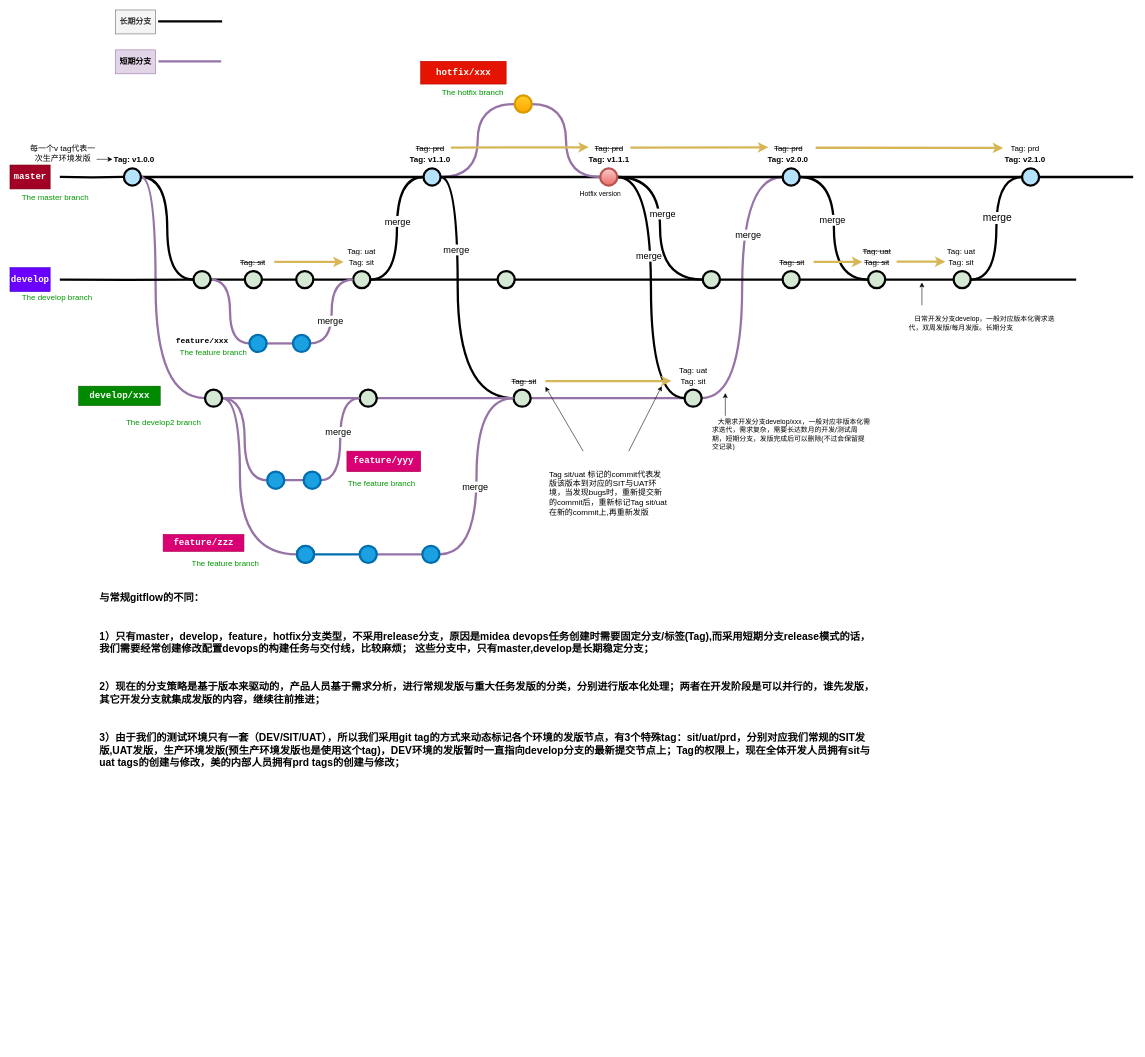
bbcpan/SpringCloud keeps this draw.io diagram as Untitled Diagram.drawio. Above is the earlier version. Source tidied: cells renumbered, new cells numbered last; positions are measured from the earlier drawing's top-left corner, leaving out a move shared by most shapes. Both pictures are drawn from the tidied source at 57%, with x=0, y=0 at pixel (10, 10).
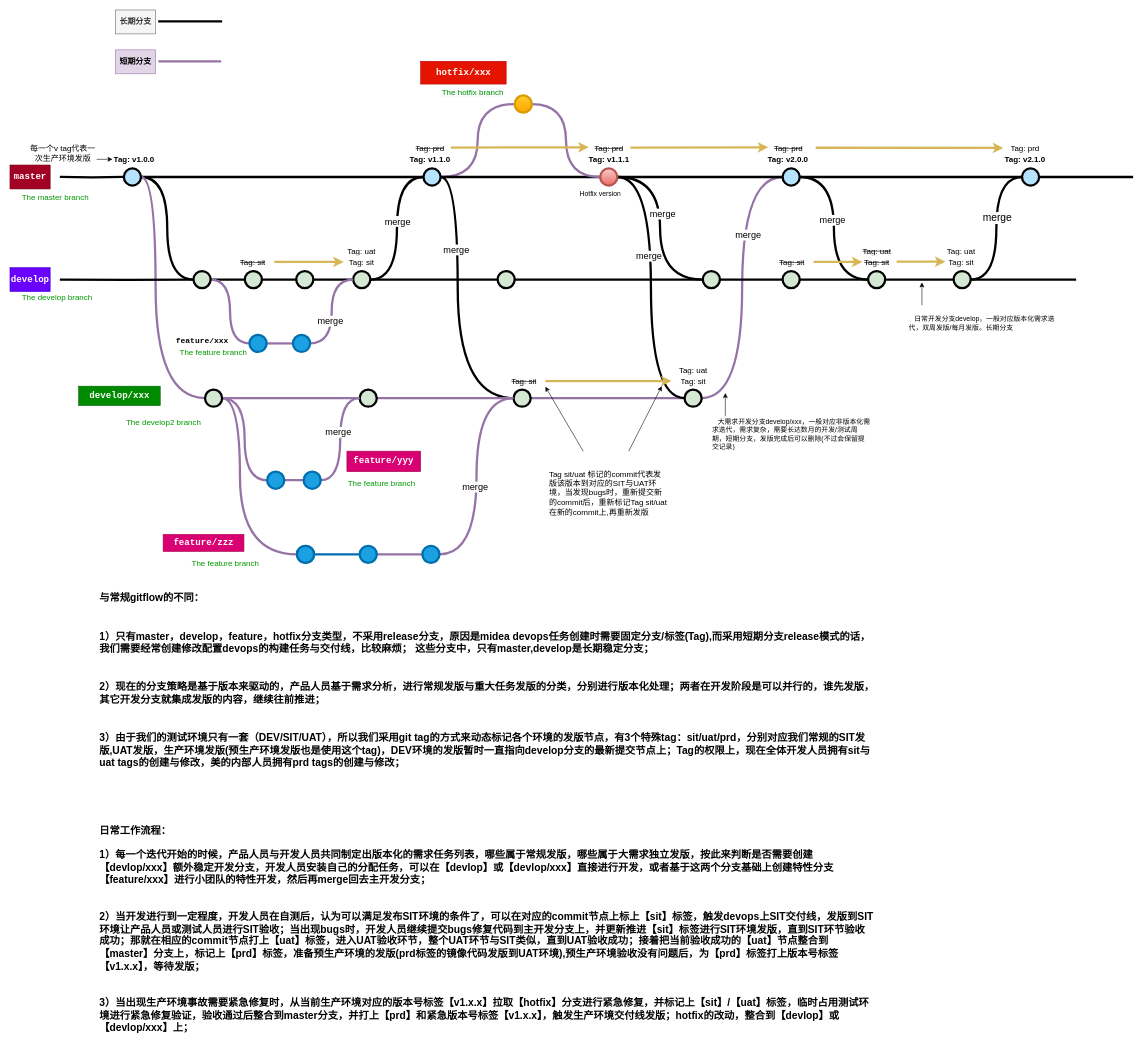
Above is the later version.

Diff of the diagram source:
```diff
@@
+    <mxCell id="135" value="&lt;b style=&quot;font-size: 18px&quot;&gt;日常工作流程：&lt;br&gt;&lt;br&gt;1）每一个迭代开始的时候，产品人员与开发人员共同制定出版本化的需求任务列表，哪些属于常规发版，哪些属于大需求独立发版，按此来判断是否需要创建【devlop/xxx】额外稳定开发分支，开发人员安装自己的分配任务，可以在【devlop】或【devlop/xxx】直接进行开发，或者基于这两个分支基础上创建特性分支【feature/xxx】进行小团队的特性开发，然后再merge回去主开发分支；&lt;br&gt;&lt;br&gt;&lt;br&gt;2）当开发进行到一定程度，开发人员在自测后，认为可以满足发布SIT环境的条件了，可以在对应的commit节点上标上【sit】标签，触发devops上SIT交付线，发版到SIT环境让产品人员或测试人员进行SIT验收；当出现bugs时，开发人员继续提交bugs修复代码到主开发分支上，并更新推进【sit】标签进行SIT环境发版，直到SIT环节验收成功；那就在相应的commit节点打上【uat】标签，进入UAT验收环节，整个UAT环节与SIT类似，直到UAT验收成功；接着把当前验收成功的【uat】节点整合到【master】分支上，标记上【prd】标签，准备预生产环境的发版(prd标签的镜像代码发版到UAT环境),预生产环境验收没有问题后，为【prd】标签打上版本号标签【v1.x.x】，等待发版；&lt;br&gt;&lt;br&gt;&lt;br&gt;3）当出现生产环境事故需要紧急修复时，从当前生产环境对应的版本号标签【v1.x.x】拉取【hotfix】分支进行紧急修复，并标记上【sit】/【uat】标签，临时占用测试环境进行紧急修复验证，验收通过后整合到master分支，并打上【prd】和紧急版本号标签【v1.x.x】，触发生产环境交付线发版；hotfix的改动，整合到【devlop】或【devlop/xxx】上；&lt;/b&gt;" style="text;html=1;strokeColor=none;fillColor=none;spacing=5;spacingTop=-20;whiteSpace=wrap;overflow=hidden;rounded=0;fontSize=16;" parent="1" vertex="1">
+      <mxGeometry x="152" y="1440" width="1368" height="380" as="geometry" />
+    </mxCell>
```
